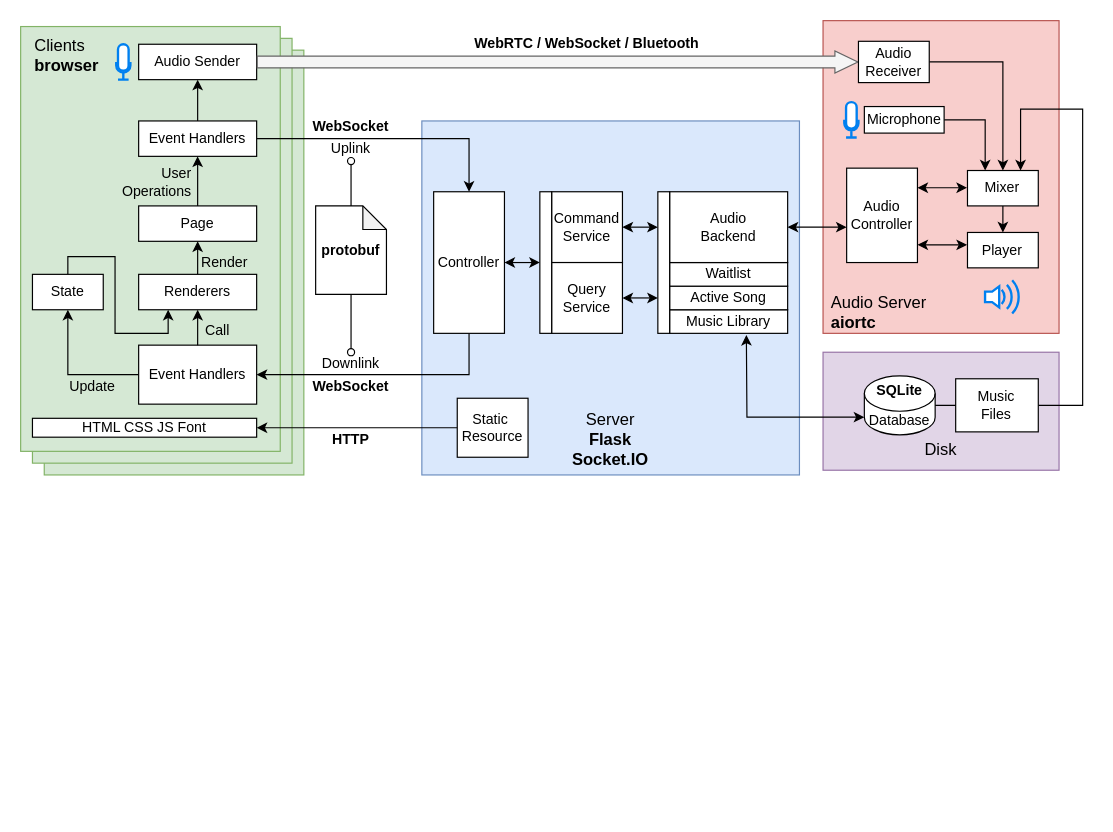
This is Drafts/ksong-arch.drawio from xrysamuel/my-drawio, a draw.io file, before an edit. Source tidied: cells renumbered, new cells numbered last; positions are measured from the earlier drawing's top-left corner, leaving out a move shared by most shapes. Both pictures are drawn from the tidied source at 118%, with x=0, y=0 at pixel (20, 20).
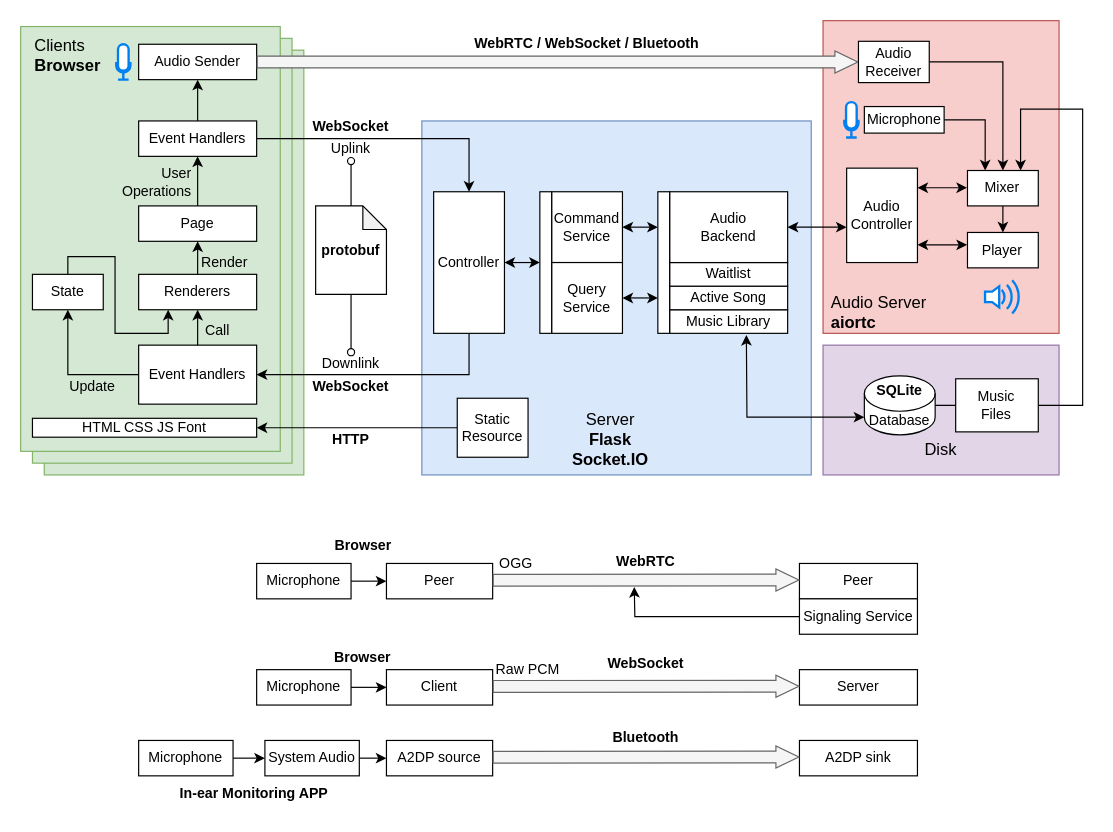
The same diagram, later.

Unchanged cells that the change refers to:
```xml
<mxCell id="24" value="Mixer" style="rounded=0;whiteSpace=wrap;html=1;" parent="1" vertex="1">
  <mxGeometry x="802.4" y="127" width="60" height="30" as="geometry" />
</mxCell>
<mxCell id="69" value="Microphone" style="rounded=0;whiteSpace=wrap;html=1;" parent="1" vertex="1">
  <mxGeometry x="715" y="72.8" width="67.6" height="22.5" as="geometry" />
</mxCell>
```

What changed in the source:
```diff
@@
     <mxCell id="3" style="rounded=0;whiteSpace=wrap;html=1;fillColor=#dae8fc;strokeColor=#6c8ebf;" parent="1" vertex="1">
-      <mxGeometry x="340" y="85" width="320" height="300" as="geometry" />
+      <mxGeometry x="340" y="85" width="330" height="300" as="geometry" />
     </mxCell>
     <mxCell id="4" style="rounded=0;whiteSpace=wrap;html=1;fillColor=#e1d5e7;strokeColor=#9673a6;" parent="1" vertex="1">
-      <mxGeometry x="680" y="281" width="200" height="100" as="geometry" />
+      <mxGeometry x="680" y="275" width="200" height="110" as="geometry" />
     </mxCell>
@@
-    <mxCell id="33" value="&lt;span style=&quot;font-weight: normal;&quot;&gt;Clients&lt;/span&gt;&lt;div&gt;browser&lt;/div&gt;" style="text;html=1;align=left;verticalAlign=middle;whiteSpace=wrap;rounded=0;fontStyle=1;fontSize=14;" parent="1" vertex="1">
+    <mxCell id="33" value="&lt;span style=&quot;font-weight: normal;&quot;&gt;Clients&lt;/span&gt;&lt;div&gt;Browser&lt;/div&gt;" style="text;html=1;align=left;verticalAlign=middle;whiteSpace=wrap;rounded=0;fontStyle=1;fontSize=14;" parent="1" vertex="1">
       <mxGeometry x="10" y="4.8" width="145" height="47.7" as="geometry" />
     </mxCell>
@@
-    <mxCell id="50" value="Static&amp;nbsp;&lt;div&gt;Resource&lt;/div&gt;" style="rounded=0;whiteSpace=wrap;html=1;" parent="1" vertex="1">
+    <mxCell id="50" value="Static&lt;div&gt;Resource&lt;/div&gt;" style="rounded=0;whiteSpace=wrap;html=1;" parent="1" vertex="1">
       <mxGeometry x="370" y="320" width="60" height="50" as="geometry" />
     </mxCell>
@@
-    <mxCell id="68" style="edgeStyle=orthogonalEdgeStyle;rounded=0;jettySize=auto;html=1;entryX=0.25;entryY=0;entryDx=0;entryDy=0;" parent="1" edge="1" source="69" target="24">
+    <mxCell id="68" style="edgeStyle=orthogonalEdgeStyle;rounded=0;jettySize=auto;html=1;entryX=0.25;entryY=0;entryDx=0;entryDy=0;strokeColor=default;" parent="1" edge="1" source="69" target="24">
       <mxGeometry relative="1" as="geometry" />
     </mxCell>
@@
+    <mxCell id="75" value="Peer" style="rounded=0;whiteSpace=wrap;html=1;" parent="1" vertex="1">
+      <mxGeometry x="310" y="460" width="90" height="30" as="geometry" />
+    </mxCell>
+    <mxCell id="76" value="Peer" style="rounded=0;whiteSpace=wrap;html=1;" parent="1" vertex="1">
+      <mxGeometry x="660" y="460" width="100" height="30" as="geometry" />
+    </mxCell>
+    <mxCell id="77" style="shape=flexArrow;endArrow=classic;html=1;rounded=0;endWidth=7.666666666666667;endSize=6.146666666666667;fillColor=#f5f5f5;strokeColor=#666666;" parent="1" edge="1">
+      <mxGeometry relative="1" as="geometry">
+        <mxPoint x="400" y="474.2" as="sourcePoint" />
+        <mxPoint x="660" y="474" as="targetPoint" />
+      </mxGeometry>
+    </mxCell>
+    <mxCell id="78" value="WebRTC" style="text;html=1;align=center;verticalAlign=middle;whiteSpace=wrap;rounded=0;fontStyle=1;" parent="1" vertex="1">
+      <mxGeometry x="420" y="444" width="220" height="30" as="geometry" />
+    </mxCell>
+    <mxCell id="79" style="edgeStyle=orthogonalEdgeStyle;rounded=0;jettySize=auto;html=1;exitX=0;exitY=0.5;exitDx=0;exitDy=0;" parent="1" edge="1" source="80">
+      <mxGeometry relative="1" as="geometry">
+        <mxPoint x="520" y="480" as="targetPoint" />
+      </mxGeometry>
+    </mxCell>
+    <mxCell id="80" value="Signaling Service" style="rounded=0;whiteSpace=wrap;html=1;" parent="1" vertex="1">
+      <mxGeometry x="660" y="490" width="100" height="30" as="geometry" />
+    </mxCell>
+    <mxCell id="81" value="A2DP source" style="rounded=0;whiteSpace=wrap;html=1;" parent="1" vertex="1">
+      <mxGeometry x="310" y="610" width="90" height="30" as="geometry" />
+    </mxCell>
+    <mxCell id="82" value="A2DP sink" style="rounded=0;whiteSpace=wrap;html=1;" parent="1" vertex="1">
+      <mxGeometry x="660" y="610" width="100" height="30" as="geometry" />
+    </mxCell>
+    <mxCell id="83" style="shape=flexArrow;endArrow=classic;html=1;rounded=0;endWidth=7.666666666666667;endSize=6.146666666666667;fillColor=#f5f5f5;strokeColor=#666666;" parent="1" edge="1">
+      <mxGeometry relative="1" as="geometry">
+        <mxPoint x="400" y="624.2" as="sourcePoint" />
+        <mxPoint x="660" y="624" as="targetPoint" />
+      </mxGeometry>
+    </mxCell>
+    <mxCell id="84" value="Bluetooth" style="text;html=1;align=center;verticalAlign=middle;whiteSpace=wrap;rounded=0;fontStyle=1;" parent="1" vertex="1">
+      <mxGeometry x="420" y="593" width="220" height="30" as="geometry" />
+    </mxCell>
+    <mxCell id="85" style="edgeStyle=none;rounded=0;orthogonalLoop=1;jettySize=auto;html=1;exitX=0.5;exitY=1;exitDx=0;exitDy=0;" parent="1" edge="1" source="84" target="84">
+      <mxGeometry relative="1" as="geometry" />
+    </mxCell>
+    <mxCell id="86" style="edgeStyle=none;rounded=0;jettySize=auto;html=1;exitX=1;exitY=0.5;exitDx=0;exitDy=0;entryX=0;entryY=0.5;entryDx=0;entryDy=0;" parent="1" edge="1" source="87" target="81">
+      <mxGeometry relative="1" as="geometry" />
+    </mxCell>
+    <mxCell id="87" value="System Audio" style="rounded=0;whiteSpace=wrap;html=1;" parent="1" vertex="1">
+      <mxGeometry x="207" y="610" width="80" height="30" as="geometry" />
+    </mxCell>
+    <mxCell id="88" style="edgeStyle=none;rounded=0;jettySize=auto;html=1;exitX=1;exitY=0.5;exitDx=0;exitDy=0;entryX=0;entryY=0.5;entryDx=0;entryDy=0;" parent="1" edge="1" source="89" target="75">
+      <mxGeometry relative="1" as="geometry" />
+    </mxCell>
+    <mxCell id="89" value="Microphone" style="rounded=0;whiteSpace=wrap;html=1;" parent="1" vertex="1">
+      <mxGeometry x="200" y="460" width="80" height="30" as="geometry" />
+    </mxCell>
+    <mxCell id="90" value="Client" style="rounded=0;whiteSpace=wrap;html=1;" parent="1" vertex="1">
+      <mxGeometry x="310" y="550" width="90" height="30" as="geometry" />
+    </mxCell>
+    <mxCell id="91" value="Server" style="rounded=0;whiteSpace=wrap;html=1;" parent="1" vertex="1">
+      <mxGeometry x="660" y="550" width="100" height="30" as="geometry" />
+    </mxCell>
+    <mxCell id="92" style="shape=flexArrow;endArrow=classic;html=1;rounded=0;endWidth=7.666666666666667;endSize=6.146666666666667;fillColor=#f5f5f5;strokeColor=#666666;" parent="1" edge="1">
+      <mxGeometry relative="1" as="geometry">
+        <mxPoint x="400" y="564.2" as="sourcePoint" />
+        <mxPoint x="660" y="564" as="targetPoint" />
+      </mxGeometry>
+    </mxCell>
+    <mxCell id="93" value="WebSocket" style="text;html=1;align=center;verticalAlign=middle;whiteSpace=wrap;rounded=0;fontStyle=1;" parent="1" vertex="1">
+      <mxGeometry x="420" y="530" width="220" height="30" as="geometry" />
+    </mxCell>
+    <mxCell id="94" style="edgeStyle=none;rounded=0;orthogonalLoop=1;jettySize=auto;html=1;exitX=0.5;exitY=1;exitDx=0;exitDy=0;" parent="1" edge="1" source="93" target="93">
+      <mxGeometry relative="1" as="geometry" />
+    </mxCell>
+    <mxCell id="95" style="edgeStyle=none;rounded=0;jettySize=auto;html=1;exitX=1;exitY=0.5;exitDx=0;exitDy=0;entryX=0;entryY=0.5;entryDx=0;entryDy=0;" parent="1" edge="1" source="96" target="90">
+      <mxGeometry relative="1" as="geometry" />
+    </mxCell>
+    <mxCell id="96" value="Microphone" style="rounded=0;whiteSpace=wrap;html=1;" parent="1" vertex="1">
+      <mxGeometry x="200" y="550" width="80" height="30" as="geometry" />
+    </mxCell>
+    <mxCell id="97" value="OGG" style="text;html=1;align=center;verticalAlign=middle;whiteSpace=wrap;rounded=0;" parent="1" vertex="1">
+      <mxGeometry x="390" y="445" width="60" height="30" as="geometry" />
+    </mxCell>
+    <mxCell id="98" value="Raw PCM" style="text;html=1;align=center;verticalAlign=middle;whiteSpace=wrap;rounded=0;" parent="1" vertex="1">
+      <mxGeometry x="400" y="540" width="60" height="20" as="geometry" />
+    </mxCell>
+    <mxCell id="99" style="edgeStyle=none;rounded=0;jettySize=auto;html=1;exitX=1;exitY=0.5;exitDx=0;exitDy=0;entryX=0;entryY=0.5;entryDx=0;entryDy=0;" parent="1" edge="1" source="100" target="87">
+      <mxGeometry relative="1" as="geometry" />
+    </mxCell>
+    <mxCell id="100" value="Microphone" style="rounded=0;whiteSpace=wrap;html=1;" parent="1" vertex="1">
+      <mxGeometry x="100" y="610" width="80" height="30" as="geometry" />
+    </mxCell>
+    <mxCell id="101" value="Browser" style="text;html=1;align=center;verticalAlign=middle;whiteSpace=wrap;rounded=0;fontStyle=1;" parent="1" vertex="1">
+      <mxGeometry x="208.5" y="430" width="163" height="30" as="geometry" />
+    </mxCell>
+    <mxCell id="102" value="Browser" style="text;html=1;align=center;verticalAlign=middle;whiteSpace=wrap;rounded=0;fontStyle=1;" parent="1" vertex="1">
+      <mxGeometry x="180" y="525" width="220" height="30" as="geometry" />
+    </mxCell>
+    <mxCell id="103" value="In-ear Monitoring APP" style="text;html=1;align=center;verticalAlign=middle;whiteSpace=wrap;rounded=0;fontStyle=1;" parent="1" vertex="1">
+      <mxGeometry x="88" y="640" width="220" height="30" as="geometry" />
+    </mxCell>
```
